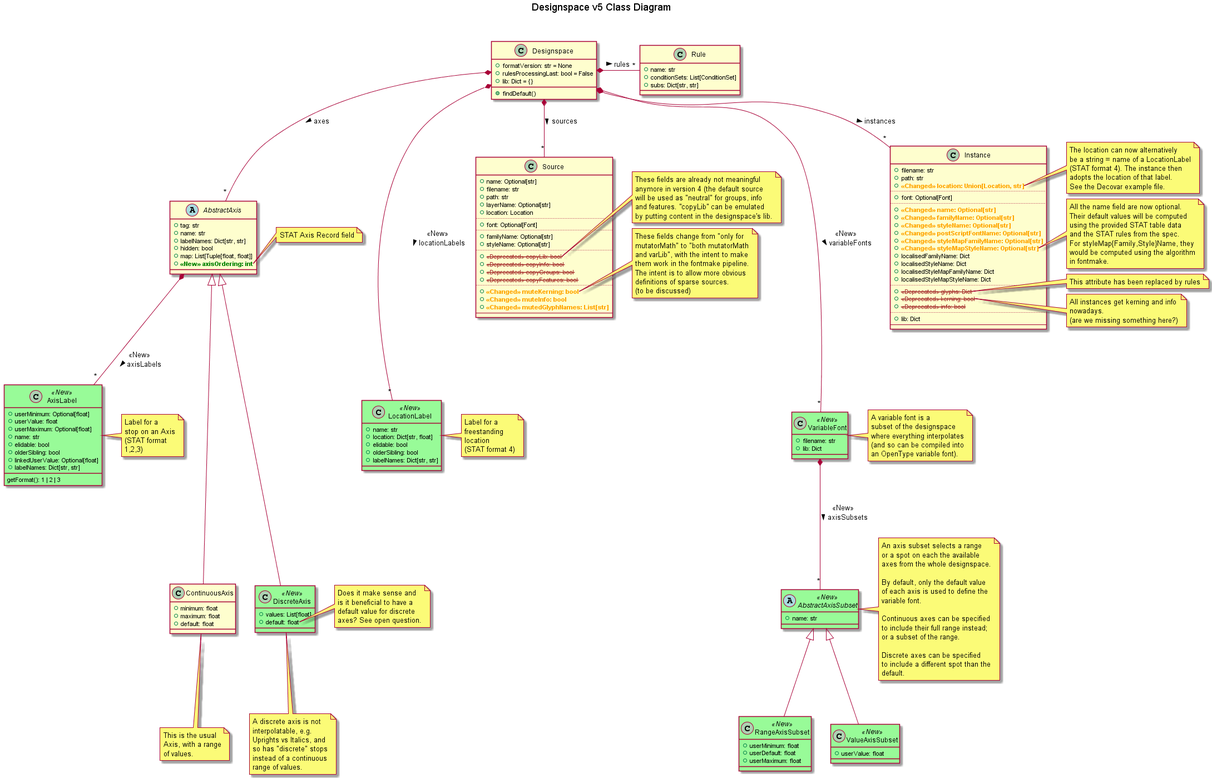
Earlier version of the PlantUML export Doc/source/designspaceLib/v5_class_diagram.png (daltonmaag/fonttools).
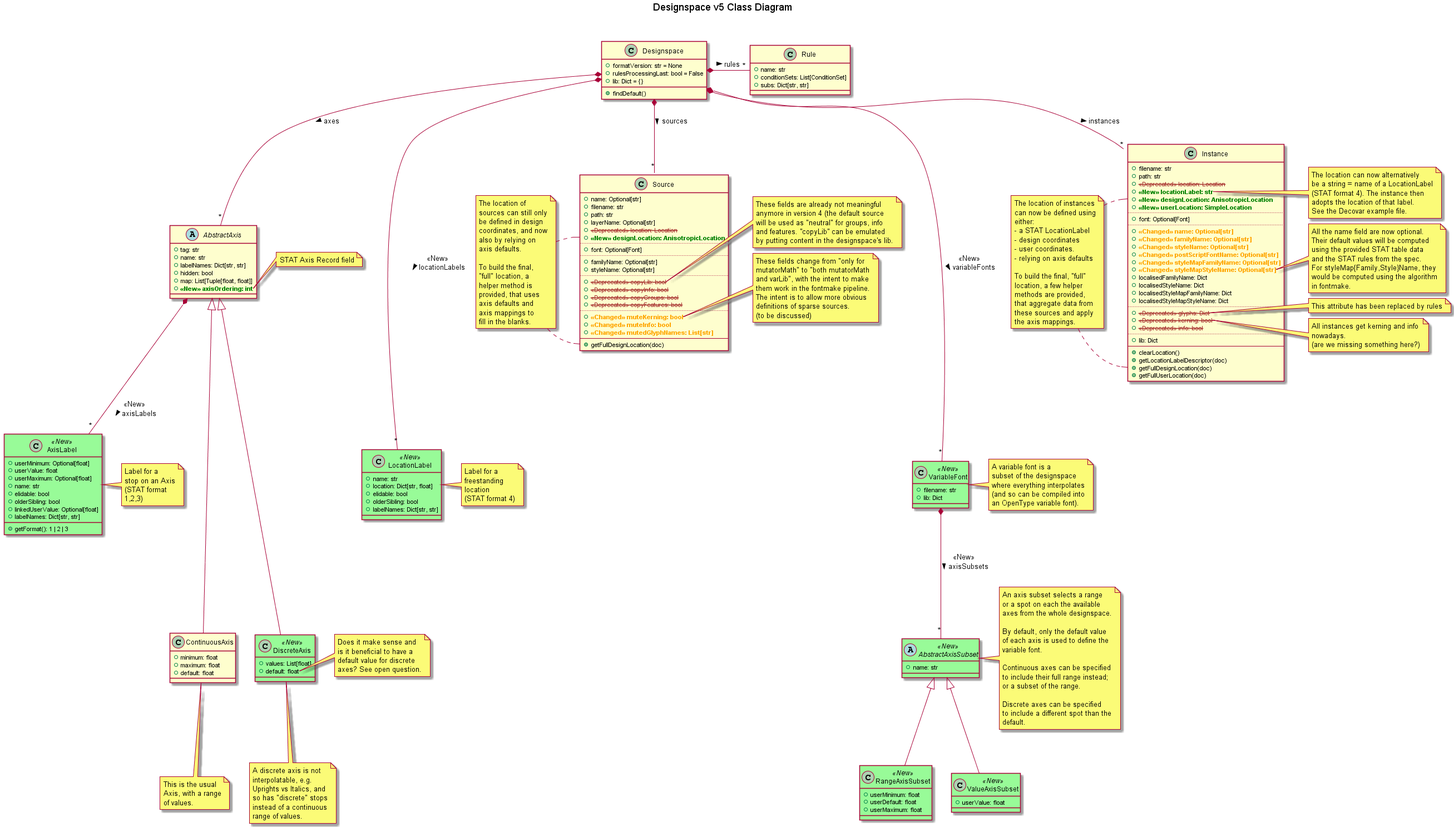
After the commit.

The edit, as a diff of the source:
```diff
@@ -5,7 +5,6 @@
 
 skinparam class {
 BackgroundColor<<New>> PaleGreen
-
 }
 
 class Designspace {
@@ -73,7 +72,7 @@
 + linkedUserValue: Optional[float]
 + labelNames: Dict[str, str]
 
-getFormat(): 1 | 2 | 3
++ getFormat(): 1 | 2 | 3
 }
 note right of AxisLabel
 Label for a
@@ -110,7 +109,8 @@
 + filename: str
 + path: str
 + layerName: Optional[str]
-+ location: Location
++ <color:brown><s><<Deprecated>> location: Location
++ <color:green><b><<New>> designLocation: AnisotropicLocation
 ....
 + font: Optional[Font]
 ....
@@ -126,6 +126,7 @@
 + <color:orange><b><<Changed>> muteInfo: bool
 + <color:orange><b><<Changed>> mutedGlyphNames: List[str]
 ----
++ getFullDesignLocation(doc)
 }
 Designspace *-- "*" Source: sources >
 note right of Source::copyLib
@@ -144,6 +145,25 @@
 definitions of sparse sources.
 (to be discussed)
 end note
+
+note as NLocSource
+The location of
+sources can still only
+be defined in design
+coordinates, and now
+also by relying on
+axis defaults.
+
+To build the final,
+"full" location, a
+helper method is
+provided, that uses
+axis defaults and
+axis mappings to
+fill in the blanks.
+end note
+NLocSource . Source::designLocation
+NLocSource . Source::getFullDesignLocation
 
 class VariableFont <<New>> {
 + filename: str
@@ -196,7 +216,10 @@
 class Instance {
 + filename: str
 + path: str
-+ <color:orange><b><<Changed>> location: Union[Location, str]
++ <color:brown><s><<Deprecated>> location: Location
++ <color:green><b><<New>> locationLabel: str
++ <color:green><b><<New>> designLocation: AnisotropicLocation
++ <color:green><b><<New>> userLocation: SimpleLocation
 ....
 + font: Optional[Font]
 ....
@@ -217,9 +240,13 @@
 ....
 + lib: Dict
 ----
++ clearLocation()
++ getLocationLabelDescriptor(doc)
++ getFullDesignLocation(doc)
++ getFullUserLocation(doc)
 }
 Designspace *-- "*" Instance: instances >
-note right of Instance::location
+note right of Instance::locationLabel
 The location can now alternatively
 be a string = name of a LocationLabel
 (STAT format 4). The instance then
@@ -244,4 +271,23 @@
 (are we missing something here?)
 end note
 
+note as NLocInstance
+The location of instances
+can now be defined using
+either:
+- a STAT LocationLabel
+- design coordinates
+- user coordinates.
+- relying on axis defaults
+
+To build the final, "full"
+location, a few helper
+methods are provided,
+that aggregate data from
+these sources and apply
+the axis mappings.
+end note
+NLocInstance . Instance::designLocation
+NLocInstance . Instance::getFullDesignLocation
+
 @enduml
```
